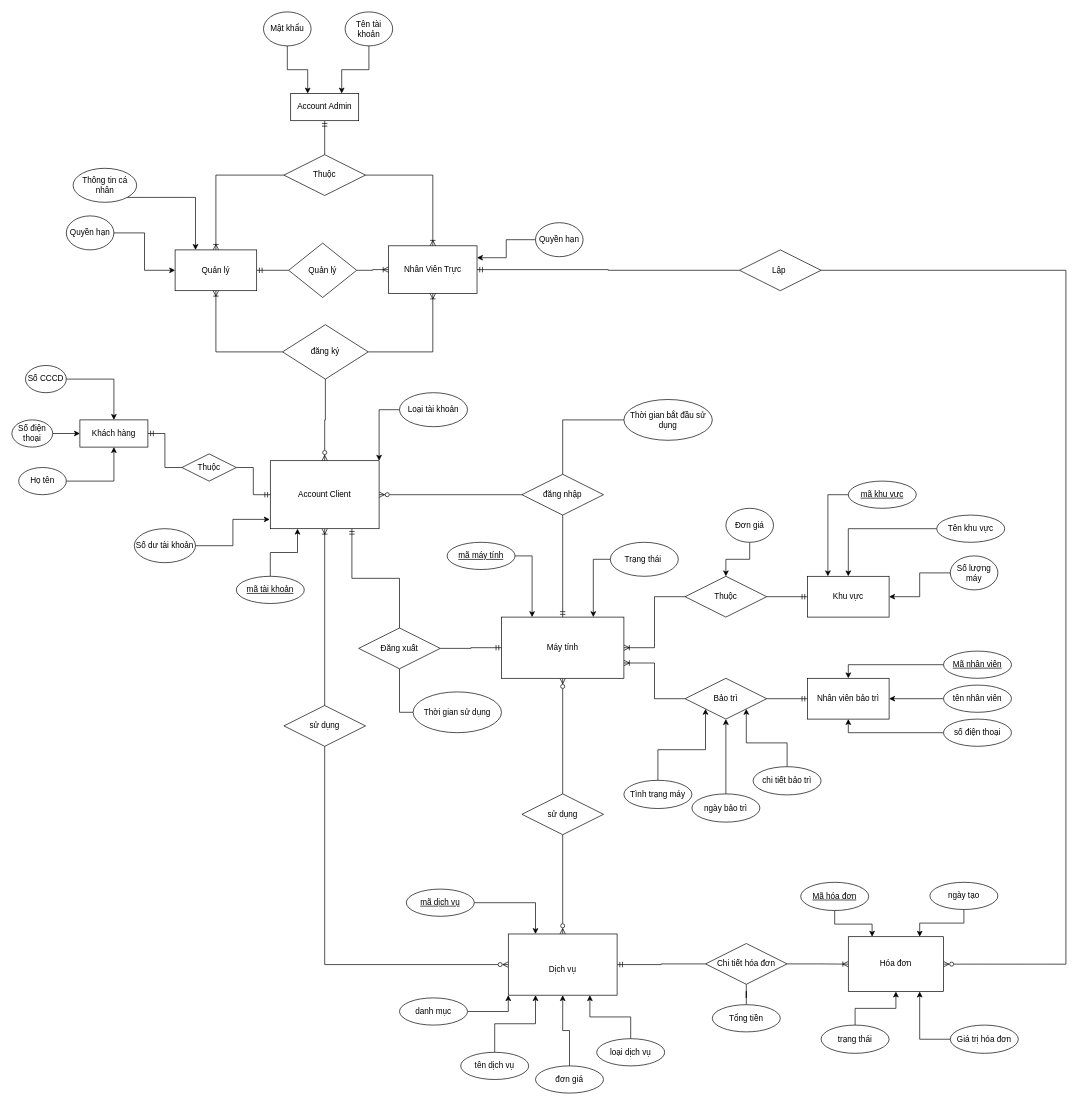
Earlier version of the draw.io diagram Untitled Diagram.drawio (dunkvippro/QuanlyNet). Source tidied: cells renumbered, new cells numbered last; positions are measured from the earlier drawing's top-left corner, leaving out a move shared by most shapes. Both pictures are drawn from the tidied source at 68%, with x=0, y=0 at pixel (12, 12).
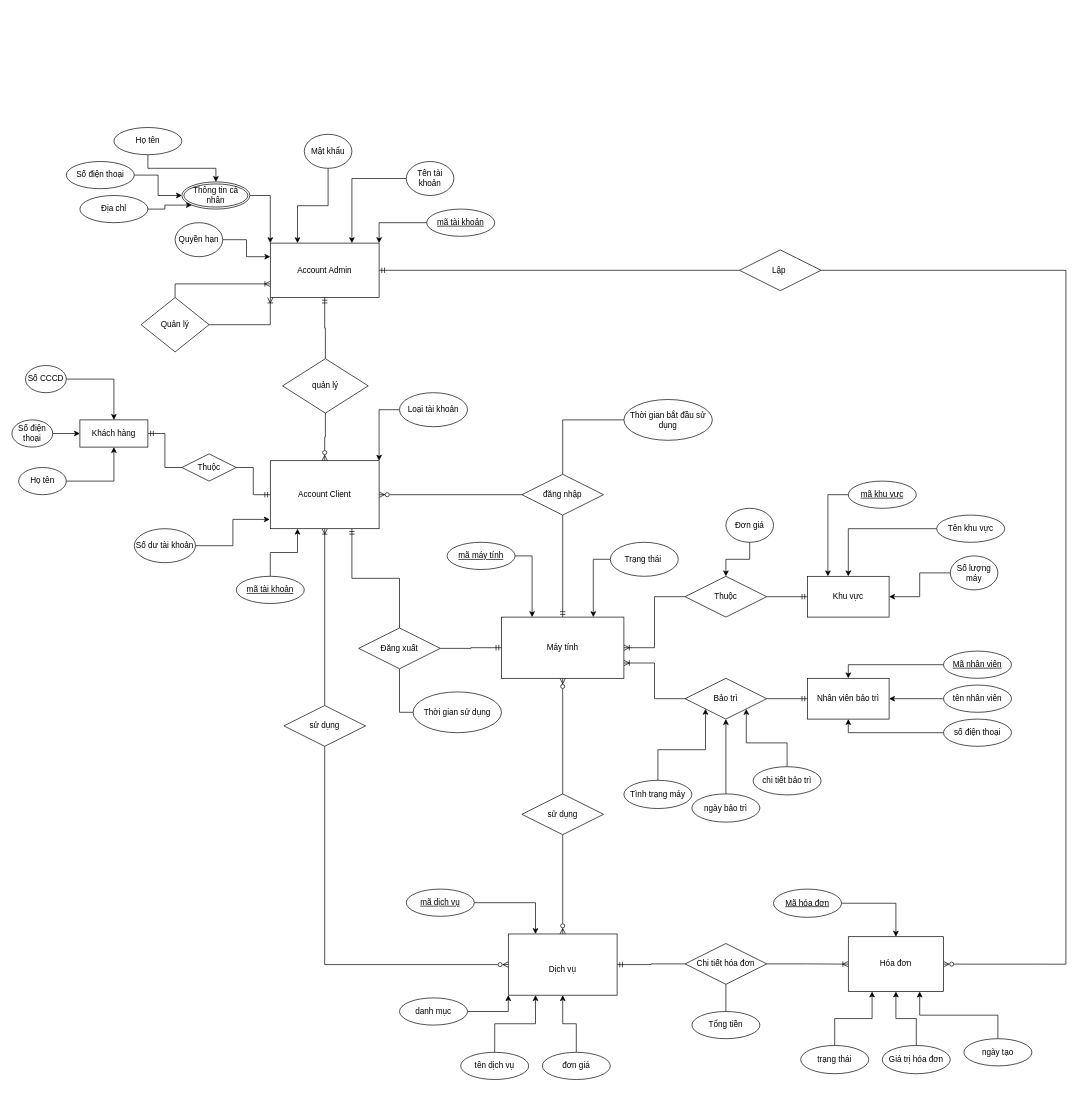
The same page after the edit.

The change refers to these unchanged cells:
```xml
<mxCell id="73" value="&lt;br&gt;Dịch vụ" style="whiteSpace=wrap;html=1;align=center;" parent="1" vertex="1">
  <mxGeometry x="730" y="1356" width="160" height="90" as="geometry" />
</mxCell>
<mxCell id="110" value="Lập&amp;nbsp;" style="shape=rhombus;perimeter=rhombusPerimeter;whiteSpace=wrap;html=1;align=center;" parent="1" vertex="1">
  <mxGeometry x="1070" y="350" width="120" height="60" as="geometry" />
</mxCell>
<mxCell id="112" value="Hóa đơn" style="whiteSpace=wrap;html=1;align=center;" parent="1" vertex="1">
  <mxGeometry x="1230" y="1360" width="140" height="80.7" as="geometry" />
</mxCell>
```

Change to the diagram source:
```diff
@@
     <mxCell id="14" value="Chi tiết hóa đơn" style="shape=rhombus;perimeter=rhombusPerimeter;whiteSpace=wrap;html=1;align=center;" parent="1" vertex="1">
-      <mxGeometry x="1020" y="1370" width="120" height="60" as="geometry" />
+      <mxGeometry x="990" y="1370" width="120" height="60" as="geometry" />
     </mxCell>
@@
-    <mxCell id="27" value="Quản lý" style="whiteSpace=wrap;html=1;align=center;" parent="1" vertex="1">
-      <mxGeometry x="240" y="350" width="120" height="60" as="geometry" />
-    </mxCell>
-    <mxCell id="28" style="edgeStyle=orthogonalEdgeStyle;rounded=0;jettySize=auto;html=1;entryX=0;entryY=0.5;entryDx=0;entryDy=0;" parent="1" edge="1" source="29" target="27">
+    <mxCell id="28" style="edgeStyle=orthogonalEdgeStyle;rounded=0;jettySize=auto;html=1;entryX=0;entryY=0.25;entryDx=0;entryDy=0;" parent="1" edge="1" source="29" target="44">
       <mxGeometry relative="1" as="geometry" />
     </mxCell>
     <mxCell id="29" value="Quyền hạn" style="ellipse;whiteSpace=wrap;html=1;" parent="1" vertex="1">
-      <mxGeometry x="80" y="300" width="70" height="50" as="geometry" />
+      <mxGeometry x="240" y="310" width="70" height="50" as="geometry" />
     </mxCell>
-    <mxCell id="30" style="edgeStyle=orthogonalEdgeStyle;rounded=0;jettySize=auto;html=1;entryX=1;entryY=0.5;entryDx=0;entryDy=0;endArrow=ERmandOne;endFill=0;" parent="1" edge="1" source="32" target="27">
-      <mxGeometry relative="1" as="geometry" />
-    </mxCell>
-    <mxCell id="31" style="edgeStyle=orthogonalEdgeStyle;rounded=0;jettySize=auto;html=1;entryX=0;entryY=0.5;entryDx=0;entryDy=0;endArrow=ERoneToMany;endFill=0;" parent="1" edge="1" source="32" target="33">
-      <mxGeometry relative="1" as="geometry" />
-    </mxCell>
+    <mxCell id="121" style="edgeStyle=orthogonalEdgeStyle;rounded=0;jettySize=auto;html=1;entryX=0;entryY=0.75;entryDx=0;entryDy=0;exitX=0.5;exitY=0;exitDx=0;exitDy=0;endArrow=ERoneToMany;endFill=0;" parent="1" edge="1" source="32" target="44">
+      <mxGeometry relative="1" as="geometry" />
+    </mxCell>
+    <mxCell id="122" style="edgeStyle=orthogonalEdgeStyle;rounded=0;jettySize=auto;html=1;entryX=0;entryY=1;entryDx=0;entryDy=0;endArrow=ERoneToMany;endFill=0;" parent="1" edge="1" source="32" target="44">
+      <mxGeometry relative="1" as="geometry" />
+    </mxCell>
     <mxCell id="32" value="Quản lý" style="shape=rhombus;perimeter=rhombusPerimeter;whiteSpace=wrap;html=1;align=center;" parent="1" vertex="1">
-      <mxGeometry x="407" y="340" width="100" height="80" as="geometry" />
+      <mxGeometry x="190" y="420" width="100" height="80" as="geometry" />
     </mxCell>
-    <mxCell id="33" value="Nhân Viên Trực" style="rounded=0;whiteSpace=wrap;html=1;" parent="1" vertex="1">
-      <mxGeometry x="554" y="344" width="130" height="70" as="geometry" />
-    </mxCell>
-    <mxCell id="34" style="edgeStyle=orthogonalEdgeStyle;rounded=0;jettySize=auto;html=1;entryX=1;entryY=0.25;entryDx=0;entryDy=0;" parent="1" edge="1" source="35" target="33">
-      <mxGeometry relative="1" as="geometry" />
-    </mxCell>
-    <mxCell id="35" value="Quyền hạn" style="ellipse;whiteSpace=wrap;html=1;" parent="1" vertex="1">
-      <mxGeometry x="770" y="310" width="70" height="50" as="geometry" />
-    </mxCell>
-    <mxCell id="36" style="edgeStyle=orthogonalEdgeStyle;rounded=0;jettySize=auto;html=1;entryX=0.5;entryY=1;entryDx=0;entryDy=0;endArrow=ERoneToMany;endFill=0;" parent="1" edge="1" source="39" target="33">
-      <mxGeometry relative="1" as="geometry" />
-    </mxCell>
@@
-    <mxCell id="38" style="edgeStyle=orthogonalEdgeStyle;rounded=0;jettySize=auto;html=1;entryX=0.5;entryY=1;entryDx=0;entryDy=0;endArrow=ERoneToMany;endFill=0;" parent="1" edge="1" source="39" target="27">
-      <mxGeometry relative="1" as="geometry" />
-    </mxCell>
+    <mxCell id="123" style="edgeStyle=orthogonalEdgeStyle;rounded=0;jettySize=auto;html=1;entryX=0.5;entryY=1;entryDx=0;entryDy=0;endArrow=ERmandOne;endFill=0;" parent="1" edge="1" source="39" target="44">
+      <mxGeometry relative="1" as="geometry" />
+    </mxCell>
-    <mxCell id="39" value="đăng ký" style="shape=rhombus;perimeter=rhombusPerimeter;whiteSpace=wrap;html=1;align=center;" parent="1" vertex="1">
-      <mxGeometry x="398" y="460" width="126" height="80" as="geometry" />
+    <mxCell id="39" value="quản lý&lt;br&gt;" style="shape=rhombus;perimeter=rhombusPerimeter;whiteSpace=wrap;html=1;align=center;" parent="1" vertex="1">
+      <mxGeometry x="398" y="510" width="126" height="80" as="geometry" />
     </mxCell>
-    <mxCell id="40" style="edgeStyle=orthogonalEdgeStyle;rounded=0;jettySize=auto;html=1;endArrow=ERoneToMany;endFill=0;exitX=0;exitY=0.5;exitDx=0;exitDy=0;" parent="1" edge="1" source="43">
-      <mxGeometry relative="1" as="geometry">
-        <mxPoint x="300" y="350" as="targetPoint" />
-        <Array as="points">
-          <mxPoint x="300" y="240" />
-        </Array>
-      </mxGeometry>
-    </mxCell>
-    <mxCell id="41" style="edgeStyle=orthogonalEdgeStyle;rounded=0;jettySize=auto;html=1;entryX=0.5;entryY=1;entryDx=0;entryDy=0;exitX=0.5;exitY=0;exitDx=0;exitDy=0;endArrow=ERmandOne;endFill=0;" parent="1" edge="1" source="43" target="44">
-      <mxGeometry relative="1" as="geometry" />
-    </mxCell>
-    <mxCell id="42" style="edgeStyle=orthogonalEdgeStyle;rounded=0;jettySize=auto;html=1;entryX=0.5;entryY=0;entryDx=0;entryDy=0;endArrow=ERoneToMany;endFill=0;" parent="1" edge="1" source="43" target="33">
-      <mxGeometry relative="1" as="geometry" />
-    </mxCell>
-    <mxCell id="43" value="Thuộc" style="shape=rhombus;perimeter=rhombusPerimeter;whiteSpace=wrap;html=1;align=center;" parent="1" vertex="1">
-      <mxGeometry x="400" y="210" width="120" height="60" as="geometry" />
-    </mxCell>
     <mxCell id="44" value="Account Admin" style="whiteSpace=wrap;html=1;align=center;" parent="1" vertex="1">
-      <mxGeometry x="410" y="120" width="100" height="40" as="geometry" />
+      <mxGeometry x="380" y="340" width="160" height="80" as="geometry" />
     </mxCell>
-    <mxCell id="45" style="edgeStyle=orthogonalEdgeStyle;rounded=0;jettySize=auto;html=1;exitX=1;exitY=1;exitDx=0;exitDy=0;entryX=0.25;entryY=0;entryDx=0;entryDy=0;" parent="1" edge="1" source="46" target="27">
-      <mxGeometry relative="1" as="geometry" />
-    </mxCell>
-    <mxCell id="46" value="Thông tin cá nhân" style="ellipse;whiteSpace=wrap;html=1;" parent="1" vertex="1">
-      <mxGeometry x="90" y="230" width="93.5" height="50" as="geometry" />
-    </mxCell>
@@
     <mxCell id="48" value="Tên tài khoản" style="ellipse;whiteSpace=wrap;html=1;" parent="1" vertex="1">
-      <mxGeometry x="490" width="70" height="50" as="geometry" />
+      <mxGeometry x="580" y="220" width="70" height="50" as="geometry" />
     </mxCell>
@@
     <mxCell id="50" value="Mật khẩu" style="ellipse;whiteSpace=wrap;html=1;" parent="1" vertex="1">
-      <mxGeometry x="370" width="70" height="50" as="geometry" />
+      <mxGeometry x="430" y="180" width="70" height="50" as="geometry" />
     </mxCell>
@@
     <mxCell id="79" value="đơn giá" style="ellipse;whiteSpace=wrap;html=1;align=center;" parent="1" vertex="1">
-      <mxGeometry x="770" y="1550" width="100" height="40" as="geometry" />
+      <mxGeometry x="780" y="1530" width="100" height="40" as="geometry" />
     </mxCell>
-    <mxCell id="80" style="edgeStyle=orthogonalEdgeStyle;rounded=0;jettySize=auto;html=1;entryX=0.75;entryY=1;entryDx=0;entryDy=0;" parent="1" edge="1" source="81" target="73">
-      <mxGeometry relative="1" as="geometry" />
-    </mxCell>
-    <mxCell id="81" value="loại dịch vụ" style="ellipse;whiteSpace=wrap;html=1;align=center;" parent="1" vertex="1">
-      <mxGeometry x="860" y="1510" width="100" height="40" as="geometry" />
-    </mxCell>
@@
     <mxCell id="94" value="Tổng tiền" style="ellipse;whiteSpace=wrap;html=1;" parent="1" vertex="1">
-      <mxGeometry x="1030" y="1460" width="100" height="40" as="geometry" />
+      <mxGeometry x="1000" y="1470" width="100" height="40" as="geometry" />
     </mxCell>
@@
-    <mxCell id="108" style="edgeStyle=orthogonalEdgeStyle;rounded=0;jettySize=auto;html=1;entryX=1;entryY=0.5;entryDx=0;entryDy=0;endArrow=ERmandOne;endFill=0;" parent="1" edge="1" source="110" target="33">
+    <mxCell id="108" style="edgeStyle=orthogonalEdgeStyle;rounded=0;jettySize=auto;html=1;entryX=1;entryY=0.5;entryDx=0;entryDy=0;endArrow=ERmandOne;endFill=0;" parent="1" edge="1" source="110" target="44">
       <mxGeometry relative="1" as="geometry" />
     </mxCell>
@@
-    <mxCell id="113" style="edgeStyle=orthogonalEdgeStyle;rounded=0;jettySize=auto;html=1;entryX=0.25;entryY=0;entryDx=0;entryDy=0;" parent="1" edge="1" source="114" target="112">
+    <mxCell id="113" style="edgeStyle=orthogonalEdgeStyle;rounded=0;jettySize=auto;html=1;entryX=0.5;entryY=0;entryDx=0;entryDy=0;" parent="1" edge="1" source="114" target="112">
       <mxGeometry relative="1" as="geometry" />
     </mxCell>
     <mxCell id="114" value="Mã hóa đơn" style="ellipse;whiteSpace=wrap;html=1;align=center;fontStyle=4;" parent="1" vertex="1">
-      <mxGeometry x="1160" y="1280" width="100" height="41.5" as="geometry" />
+      <mxGeometry x="1120" y="1290" width="100" height="41.5" as="geometry" />
     </mxCell>
-    <mxCell id="115" style="edgeStyle=orthogonalEdgeStyle;rounded=0;jettySize=auto;html=1;entryX=0.75;entryY=0;entryDx=0;entryDy=0;" parent="1" edge="1" source="116" target="112">
+    <mxCell id="115" style="edgeStyle=orthogonalEdgeStyle;rounded=0;jettySize=auto;html=1;entryX=0.75;entryY=1;entryDx=0;entryDy=0;exitX=0.5;exitY=0;exitDx=0;exitDy=0;" parent="1" edge="1" source="116" target="112">
       <mxGeometry relative="1" as="geometry" />
     </mxCell>
     <mxCell id="116" value="ngày tạo" style="ellipse;whiteSpace=wrap;html=1;align=center;" parent="1" vertex="1">
-      <mxGeometry x="1350" y="1280" width="100" height="40" as="geometry" />
+      <mxGeometry x="1400" y="1510" width="100" height="40" as="geometry" />
     </mxCell>
-    <mxCell id="117" style="edgeStyle=orthogonalEdgeStyle;rounded=0;jettySize=auto;html=1;entryX=0.75;entryY=1;entryDx=0;entryDy=0;" parent="1" edge="1" source="118" target="112">
+    <mxCell id="117" style="edgeStyle=orthogonalEdgeStyle;rounded=0;jettySize=auto;html=1;entryX=0.5;entryY=1;entryDx=0;entryDy=0;" parent="1" edge="1" source="118" target="112">
       <mxGeometry relative="1" as="geometry" />
     </mxCell>
     <mxCell id="118" value="Giá trị hóa đơn" style="ellipse;whiteSpace=wrap;html=1;align=center;" parent="1" vertex="1">
-      <mxGeometry x="1380" y="1490" width="100" height="41.5" as="geometry" />
+      <mxGeometry x="1280" y="1520" width="100" height="41.5" as="geometry" />
     </mxCell>
-    <mxCell id="119" style="edgeStyle=orthogonalEdgeStyle;rounded=0;jettySize=auto;html=1;entryX=0.5;entryY=1;entryDx=0;entryDy=0;" parent="1" edge="1" source="120" target="112">
+    <mxCell id="119" style="edgeStyle=orthogonalEdgeStyle;rounded=0;jettySize=auto;html=1;entryX=0.25;entryY=1;entryDx=0;entryDy=0;" parent="1" edge="1" source="120" target="112">
       <mxGeometry relative="1" as="geometry" />
     </mxCell>
     <mxCell id="120" value="trạng thái" style="ellipse;whiteSpace=wrap;html=1;align=center;" parent="1" vertex="1">
-      <mxGeometry x="1190" y="1490" width="100" height="41.5" as="geometry" />
+      <mxGeometry x="1160" y="1520" width="100" height="41.5" as="geometry" />
     </mxCell>
+    <mxCell id="124" style="edgeStyle=orthogonalEdgeStyle;rounded=0;jettySize=auto;html=1;entryX=1;entryY=0;entryDx=0;entryDy=0;" parent="1" edge="1" source="125" target="44">
+      <mxGeometry relative="1" as="geometry" />
+    </mxCell>
+    <mxCell id="125" value="mã tài khoản&lt;br&gt;" style="ellipse;whiteSpace=wrap;html=1;align=center;fontStyle=4;" parent="1" vertex="1">
+      <mxGeometry x="610" y="290" width="100" height="40" as="geometry" />
+    </mxCell>
+    <mxCell id="126" style="edgeStyle=orthogonalEdgeStyle;rounded=0;jettySize=auto;html=1;entryX=0;entryY=0;entryDx=0;entryDy=0;" parent="1" edge="1" source="46" target="44">
+      <mxGeometry relative="1" as="geometry" />
+    </mxCell>
+    <mxCell id="46" value="Thông tin cá nhân" style="ellipse;shape=doubleEllipse;margin=3;whiteSpace=wrap;html=1;align=center;" parent="1" vertex="1">
+      <mxGeometry x="250" y="250" width="100" height="40" as="geometry" />
+    </mxCell>
+    <mxCell id="127" style="edgeStyle=orthogonalEdgeStyle;rounded=0;jettySize=auto;html=1;entryX=0.5;entryY=0;entryDx=0;entryDy=0;" parent="1" edge="1" source="128" target="46">
+      <mxGeometry relative="1" as="geometry" />
+    </mxCell>
+    <mxCell id="128" value="Họ tên" style="ellipse;whiteSpace=wrap;html=1;align=center;" parent="1" vertex="1">
+      <mxGeometry x="150" y="170" width="100" height="40" as="geometry" />
+    </mxCell>
+    <mxCell id="129" style="edgeStyle=orthogonalEdgeStyle;rounded=0;jettySize=auto;html=1;" parent="1" edge="1" source="130" target="46">
+      <mxGeometry relative="1" as="geometry" />
+    </mxCell>
+    <mxCell id="130" value="Số điện thoại" style="ellipse;whiteSpace=wrap;html=1;align=center;" parent="1" vertex="1">
+      <mxGeometry x="80" y="220" width="100" height="40" as="geometry" />
+    </mxCell>
+    <mxCell id="131" style="edgeStyle=orthogonalEdgeStyle;rounded=0;jettySize=auto;html=1;entryX=0;entryY=1;entryDx=0;entryDy=0;" parent="1" edge="1" source="132" target="46">
+      <mxGeometry relative="1" as="geometry" />
+    </mxCell>
+    <mxCell id="132" value="Địa chỉ&lt;br&gt;" style="ellipse;whiteSpace=wrap;html=1;align=center;" parent="1" vertex="1">
+      <mxGeometry x="100" y="270" width="100" height="40" as="geometry" />
+    </mxCell>
```
